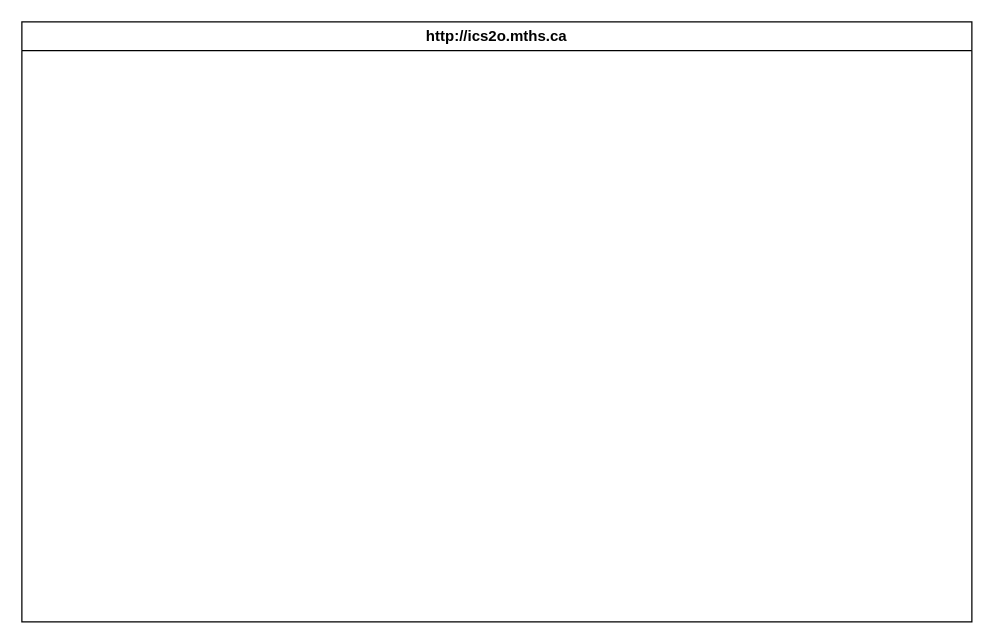
Earlier version of the draw.io diagram design/storyboard.drawio (MTHS-ICD2O-1-2023/ICD2O-Unit-5-06-kai-nguyen-4). Source tidied: cells renumbered, new cells numbered last; positions are measured from the earlier drawing's top-left corner, leaving out a move shared by most shapes. Both pictures are drawn from the tidied source at 125%, with x=0, y=0 at pixel (21, 21).
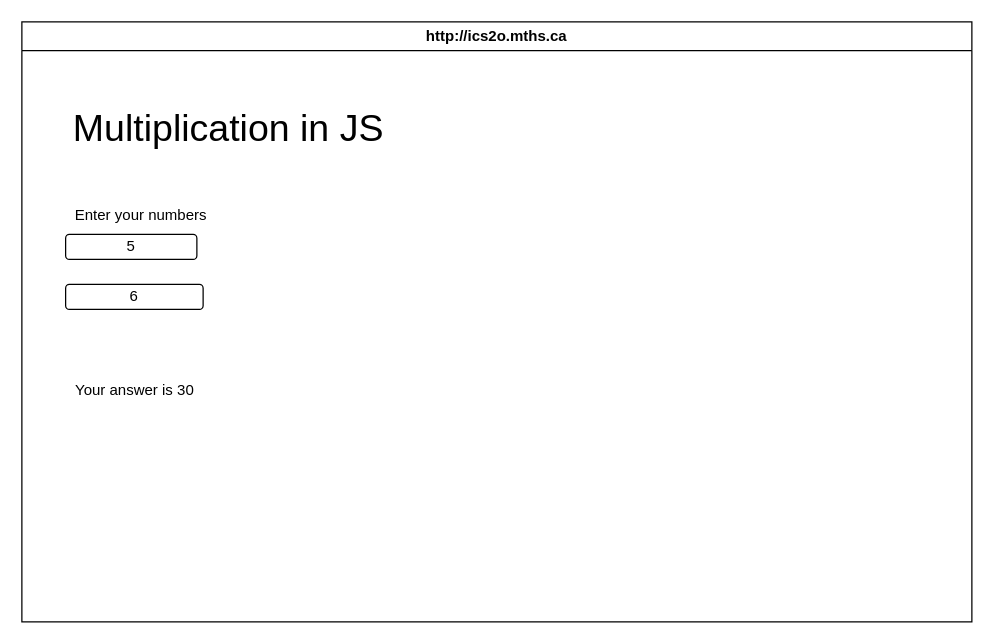
The same page after the edit.

What changed in the source:
```diff
@@
 <mxGraphModel>
   <root>
     <mxCell id="0" />
     <mxCell id="1" parent="0" />
     <mxCell id="2" value="http://ics2o.mths.ca" style="swimlane;whiteSpace=wrap;html=1;" parent="1" vertex="1">
       <mxGeometry width="760" height="480" as="geometry" />
     </mxCell>
+    <mxCell id="3" value="&lt;font style=&quot;font-size: 30px;&quot;&gt;Multiplication in JS&lt;/font&gt;" style="text;html=1;align=center;verticalAlign=middle;strokeColor=none;fillColor=none;" parent="2" vertex="1">
+      <mxGeometry x="30" y="60" width="270" height="50" as="geometry" />
+    </mxCell>
+    <mxCell id="4" value="Enter your numbers" style="text;html=1;align=center;verticalAlign=middle;strokeColor=none;fillColor=none;fontSize=12;" parent="2" vertex="1">
+      <mxGeometry x="30" y="140" width="130" height="30" as="geometry" />
+    </mxCell>
+    <mxCell id="5" value="5" style="rounded=1;whiteSpace=wrap;html=1;fontSize=12;" parent="2" vertex="1">
+      <mxGeometry x="35" y="170" width="105" height="20" as="geometry" />
+    </mxCell>
+    <mxCell id="6" value="6" style="rounded=1;whiteSpace=wrap;html=1;fontSize=12;" parent="2" vertex="1">
+      <mxGeometry x="35" y="210" width="110" height="20" as="geometry" />
+    </mxCell>
+    <mxCell id="7" value="Your answer is 30" style="text;html=1;align=center;verticalAlign=middle;strokeColor=none;fillColor=none;fontSize=12;" parent="2" vertex="1">
+      <mxGeometry x="30" y="280" width="120" height="30" as="geometry" />
+    </mxCell>
   </root>
 </mxGraphModel>
```
